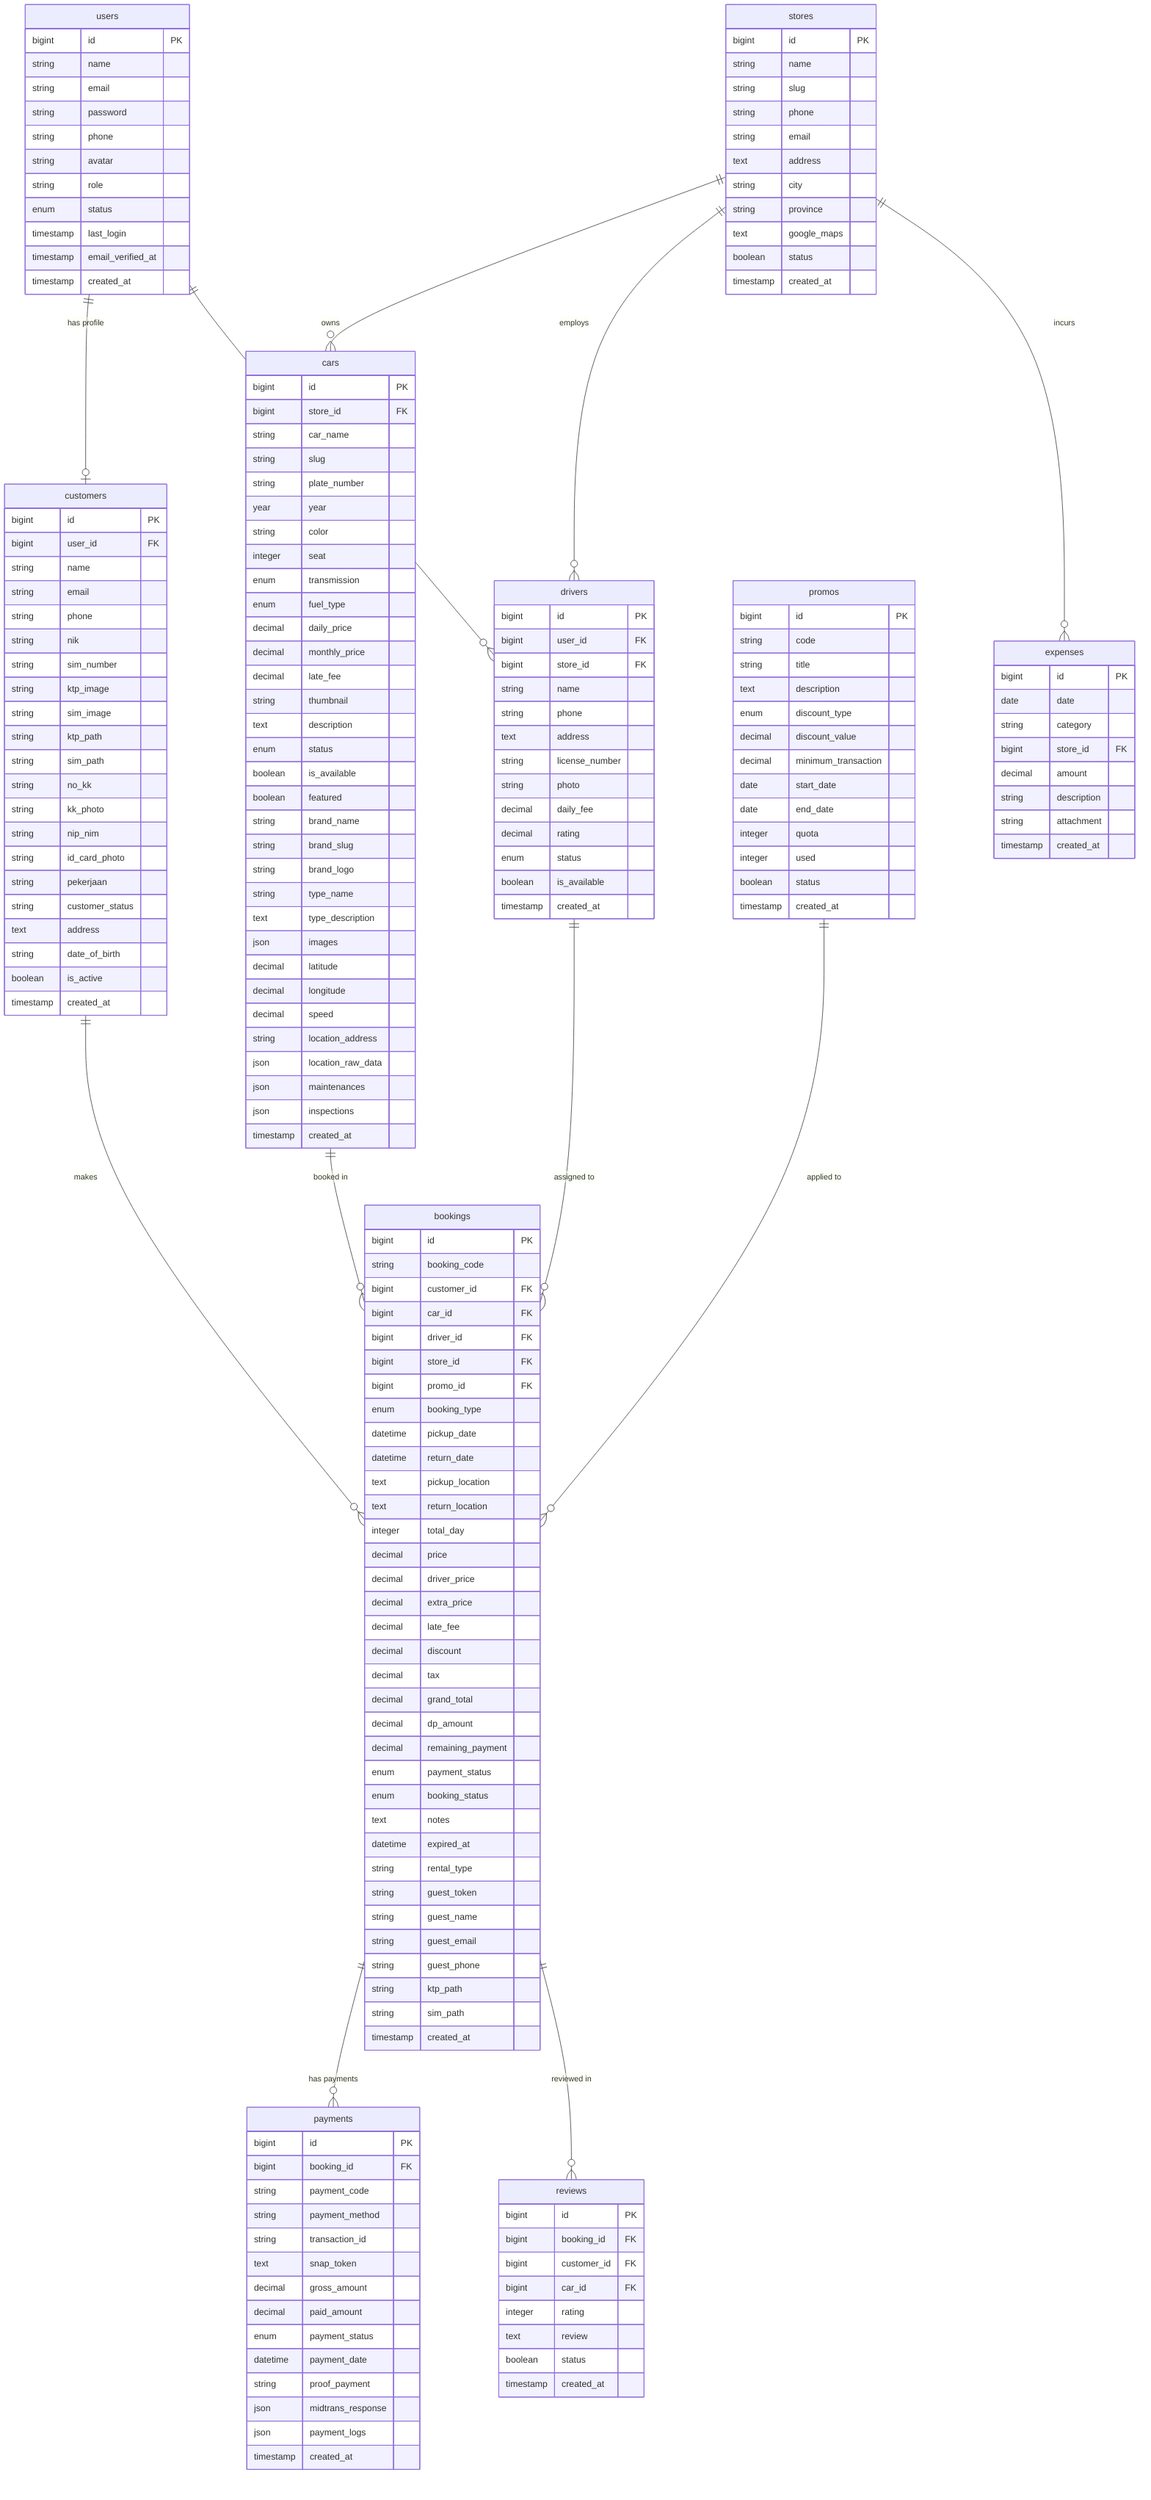
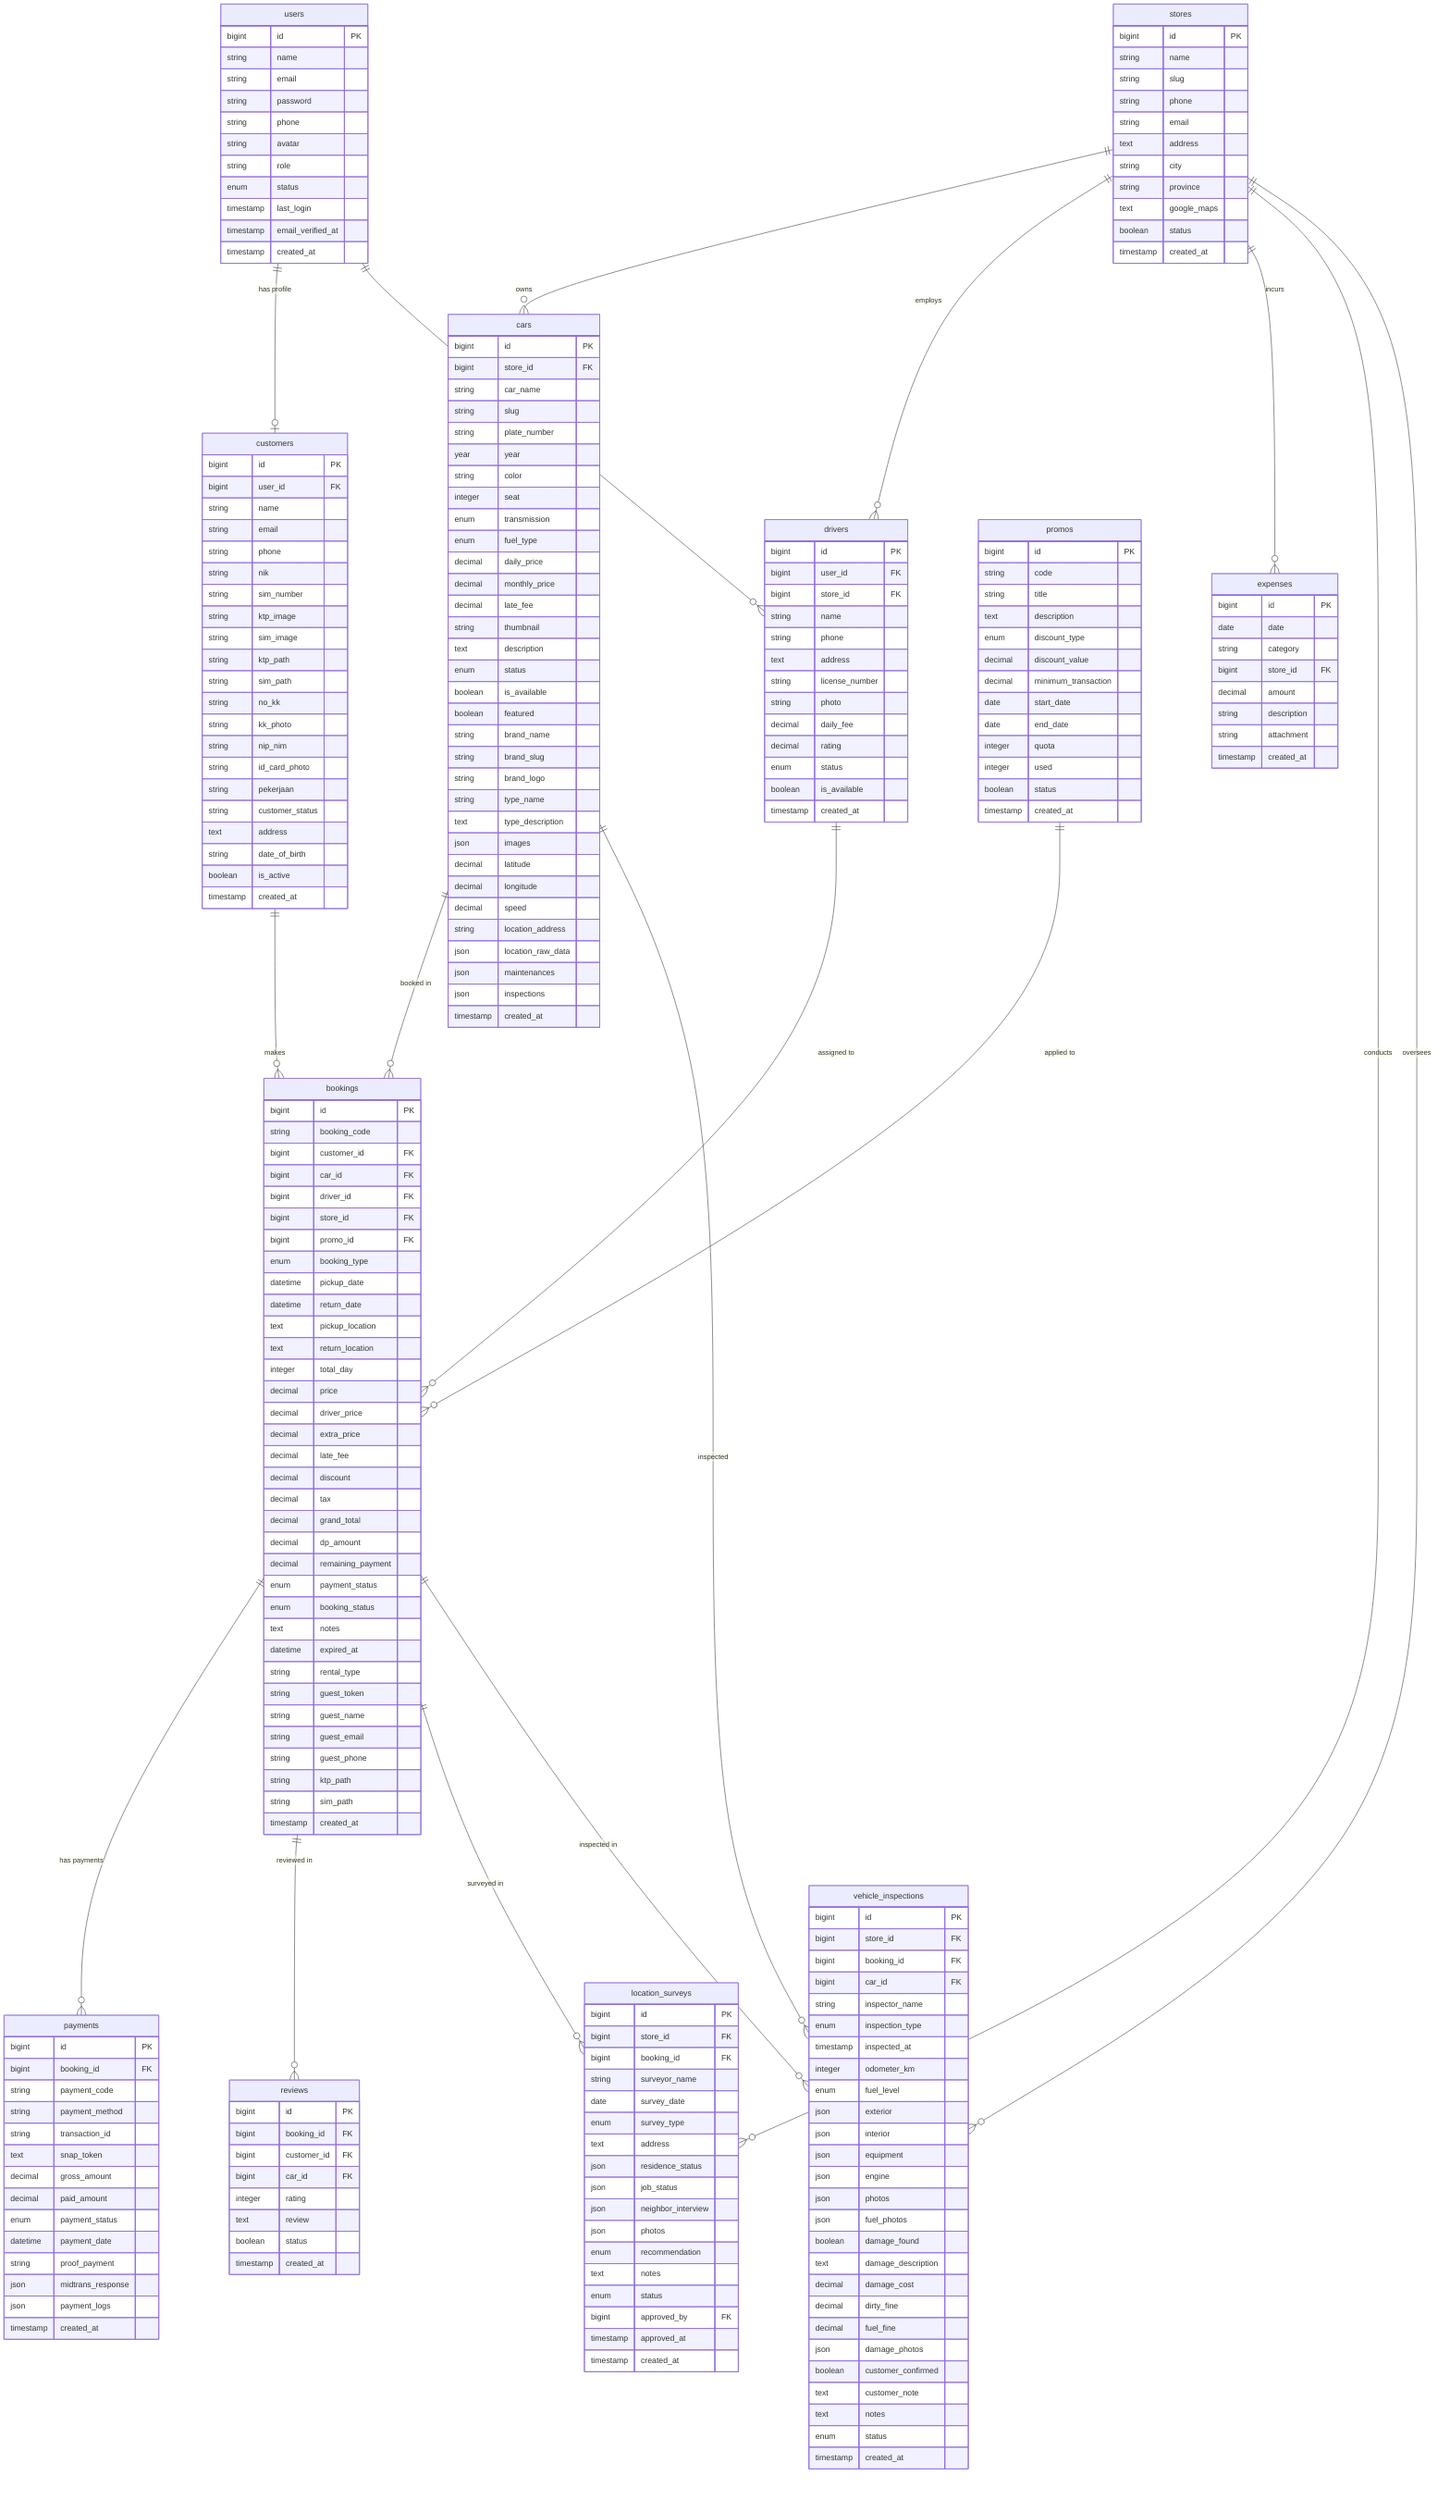
---
id: 513d296e-514d-4f5b-a7be-0b5e620c7ff3
---
erDiagram
    users {
        bigint id PK
        string name
        string email
        string password
        string phone
        string avatar
        string role
        enum status
        timestamp last_login
        timestamp email_verified_at
        timestamp created_at
    }

    customers {
        bigint id PK
        bigint user_id FK
        string name
        string email
        string phone
        string nik
        string sim_number
        string ktp_image
        string sim_image
        string ktp_path
        string sim_path
        string no_kk
        string kk_photo
        string nip_nim
        string id_card_photo
        string pekerjaan
        string customer_status
        text address
        string date_of_birth
        boolean is_active
        timestamp created_at
    }

    stores {
        bigint id PK
        string name
        string slug
        string phone
        string email
        text address
        string city
        string province
        text google_maps
        boolean status
        timestamp created_at
    }

    cars {
        bigint id PK
        bigint store_id FK
        string car_name
        string slug
        string plate_number
        year year
        string color
        integer seat
        enum transmission
        enum fuel_type
        decimal daily_price
        decimal monthly_price
        decimal late_fee
        string thumbnail
        text description
        enum status
        boolean is_available
        boolean featured
        string brand_name
        string brand_slug
        string brand_logo
        string type_name
        text type_description
        json images
        decimal latitude
        decimal longitude
        decimal speed
        string location_address
        json location_raw_data
        json maintenances
        json inspections
        timestamp created_at
    }

    drivers {
        bigint id PK
        bigint user_id FK
        bigint store_id FK
        string name
        string phone
        text address
        string license_number
        string photo
        decimal daily_fee
        decimal rating
        enum status
        boolean is_available
        timestamp created_at
    }

    promos {
        bigint id PK
        string code
        string title
        text description
        enum discount_type
        decimal discount_value
        decimal minimum_transaction
        date start_date
        date end_date
        integer quota
        integer used
        boolean status
        timestamp created_at
    }

    bookings {
        bigint id PK
        string booking_code
        bigint customer_id FK
        bigint car_id FK
        bigint driver_id FK
        bigint store_id FK
        bigint promo_id FK
        enum booking_type
        datetime pickup_date
        datetime return_date
        text pickup_location
        text return_location
        integer total_day
        decimal price
        decimal driver_price
        decimal extra_price
        decimal late_fee
        decimal discount
        decimal tax
        decimal grand_total
        decimal dp_amount
        decimal remaining_payment
        enum payment_status
        enum booking_status
        text notes
        datetime expired_at
        string rental_type
        string guest_token
        string guest_name
        string guest_email
        string guest_phone
        string ktp_path
        string sim_path
        timestamp created_at
    }

    payments {
        bigint id PK
        bigint booking_id FK
        string payment_code
        string payment_method
        string transaction_id
        text snap_token
        decimal gross_amount
        decimal paid_amount
        enum payment_status
        datetime payment_date
        string proof_payment
        json midtrans_response
        json payment_logs
        timestamp created_at
    }

    expenses {
        bigint id PK
        date date
        string category
        bigint store_id FK
        decimal amount
        string description
        string attachment
        timestamp created_at
    }

    reviews {
        bigint id PK
        bigint booking_id FK
        bigint customer_id FK
        bigint car_id FK
        integer rating
        text review
        boolean status
        timestamp created_at
    }

+     location_surveys {
+         bigint id PK
+         bigint store_id FK
+         bigint booking_id FK
+         string surveyor_name
+         date survey_date
+         enum survey_type
+         text address
+         json residence_status
+         json job_status
+         json neighbor_interview
+         json photos
+         enum recommendation
+         text notes
+         enum status
+         bigint approved_by FK
+         timestamp approved_at
+         timestamp created_at
+     }
+ 
+     vehicle_inspections {
+         bigint id PK
+         bigint store_id FK
+         bigint booking_id FK
+         bigint car_id FK
+         string inspector_name
+         enum inspection_type
+         timestamp inspected_at
+         integer odometer_km
+         enum fuel_level
+         json exterior
+         json interior
+         json equipment
+         json engine
+         json photos
+         json fuel_photos
+         boolean damage_found
+         text damage_description
+         decimal damage_cost
+         decimal dirty_fine
+         decimal fuel_fine
+         json damage_photos
+         boolean customer_confirmed
+         text customer_note
+         text notes
+         enum status
+         timestamp created_at
+     }
+ 
    users ||--o| customers : "has profile"
    users ||--o{ drivers : "is driver"
    stores ||--o{ cars : "owns"
    stores ||--o{ drivers : "employs"
    stores ||--o{ expenses : "incurs"
+     stores ||--o{ location_surveys : "conducts"
+     stores ||--o{ vehicle_inspections : "oversees"
    cars ||--o{ bookings : "booked in"
    customers ||--o{ bookings : "makes"
    drivers ||--o{ bookings : "assigned to"
    promos ||--o{ bookings : "applied to"
    bookings ||--o{ payments : "has payments"
-     bookings ||--o{ reviews : "reviewed in"+     bookings ||--o{ reviews : "reviewed in"
+     bookings ||--o{ location_surveys : "surveyed in"
+     bookings ||--o{ vehicle_inspections : "inspected in"
+     cars ||--o{ vehicle_inspections : "inspected"